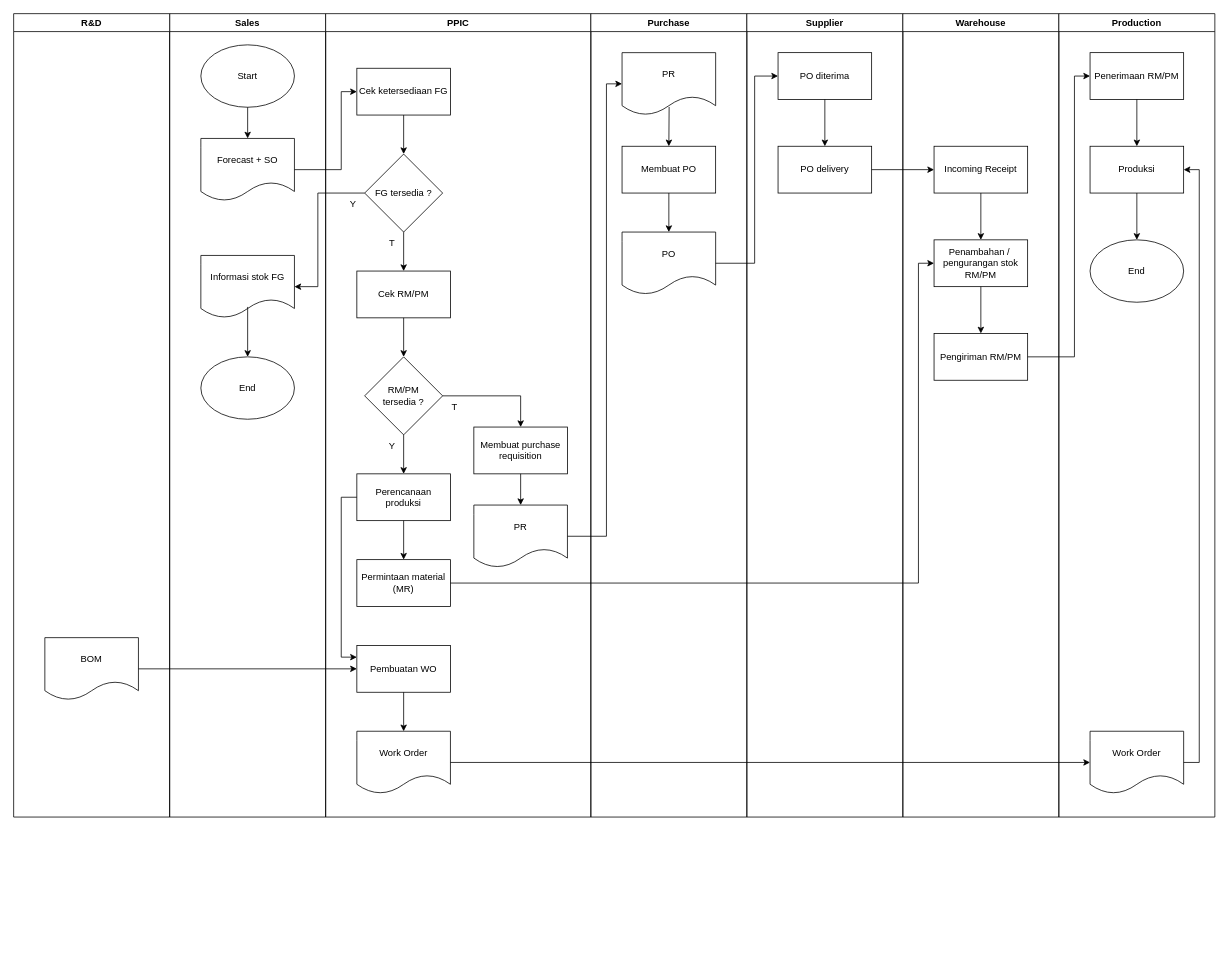
This is page "SOP PPIC - Production Planning (General Flow)" (1 of 29) of SOP Agro.drawio from wilhelmus098/pf, a draw.io file, before an edit. Source tidied: cells renumbered, new cells numbered last; positions are measured from the earlier drawing's top-left corner, leaving out a move shared by most shapes. Both pictures are drawn from the tidied source at 78%, with x=0, y=0 at pixel (13, 13).
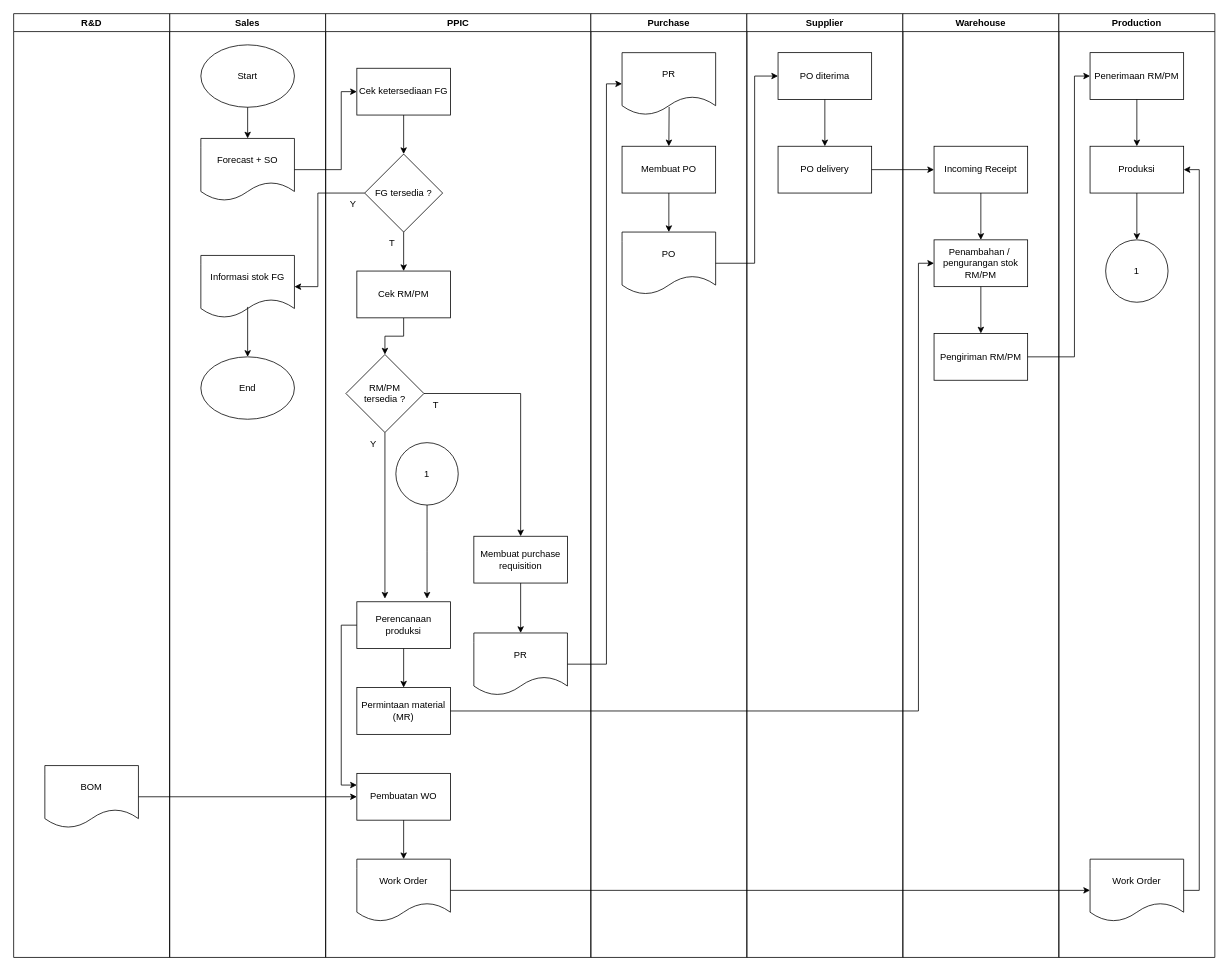
The same diagram, later.

The change refers to these unchanged cells:
```xml
<mxCell id="13" value="Cek RM/PM" style="rounded=0;whiteSpace=wrap;html=1;" parent="9" vertex="1">
  <mxGeometry x="40" y="330" width="120" height="60" as="geometry" />
</mxCell>
<mxCell id="34" value="PR" style="shape=document;whiteSpace=wrap;html=1;boundedLbl=1;" parent="33" vertex="1">
  <mxGeometry x="40" y="50" width="120" height="80" as="geometry" />
</mxCell>
<mxCell id="45" value="Penambahan /&amp;nbsp;&lt;br&gt;pengurangan stok RM/PM" style="rounded=0;whiteSpace=wrap;html=1;" parent="43" vertex="1">
  <mxGeometry x="40" y="290" width="120" height="60" as="geometry" />
</mxCell>
<mxCell id="51" value="Produksi" style="rounded=0;whiteSpace=wrap;html=1;" parent="49" vertex="1">
  <mxGeometry x="40" y="170" width="120" height="60" as="geometry" />
</mxCell>
```

Change to the diagram source:
```diff
@@
     <mxCell id="2" value="Sales" style="swimlane;whiteSpace=wrap;html=1;" parent="1" vertex="1">
-      <mxGeometry x="200" width="200" height="1030" as="geometry" />
+      <mxGeometry x="200" width="200" height="1210" as="geometry" />
     </mxCell>
@@
     <mxCell id="9" value="PPIC" style="swimlane;whiteSpace=wrap;html=1;" parent="1" vertex="1">
-      <mxGeometry x="400" width="340" height="1030" as="geometry" />
+      <mxGeometry x="400" width="340" height="1210" as="geometry" />
     </mxCell>
@@
+    <mxCell id="16" style="edgeStyle=orthogonalEdgeStyle;rounded=0;jettySize=auto;html=1;" parent="9" edge="1" source="13" target="15">
+      <mxGeometry relative="1" as="geometry" />
+    </mxCell>
@@
     <mxCell id="15" value="RM/PM &lt;br&gt;tersedia ?" style="rhombus;whiteSpace=wrap;html=1;" parent="9" vertex="1">
-      <mxGeometry x="50" y="440" width="100" height="100" as="geometry" />
+      <mxGeometry x="26" y="437" width="100" height="100" as="geometry" />
     </mxCell>
-    <mxCell id="16" style="endArrow=classic;html=1;rounded=0;exitX=0.5;exitY=1;exitDx=0;exitDy=0;entryX=0.5;entryY=0;entryDx=0;entryDy=0;" parent="9" edge="1" source="13" target="15">
-      <mxGeometry relative="1" as="geometry" />
-    </mxCell>
     <mxCell id="17" value="Perencanaan produksi" style="rounded=0;whiteSpace=wrap;html=1;" parent="9" vertex="1">
-      <mxGeometry x="40" y="590" width="120" height="60" as="geometry" />
+      <mxGeometry x="40" y="754" width="120" height="60" as="geometry" />
     </mxCell>
-    <mxCell id="18" style="endArrow=classic;html=1;rounded=0;exitX=0.5;exitY=1;exitDx=0;exitDy=0;entryX=0.5;entryY=0;entryDx=0;entryDy=0;" parent="9" edge="1" source="15" target="17">
-      <mxGeometry relative="1" as="geometry" />
-    </mxCell>
     <mxCell id="19" value="Permintaan material (MR)" style="rounded=0;whiteSpace=wrap;html=1;" parent="9" vertex="1">
-      <mxGeometry x="40" y="700" width="120" height="60" as="geometry" />
+      <mxGeometry x="40" y="864" width="120" height="60" as="geometry" />
     </mxCell>
     <mxCell id="20" value="Pembuatan WO" style="rounded=0;whiteSpace=wrap;html=1;" parent="9" vertex="1">
-      <mxGeometry x="40" y="810" width="120" height="60" as="geometry" />
+      <mxGeometry x="40" y="974" width="120" height="60" as="geometry" />
     </mxCell>
     <mxCell id="21" value="Work Order" style="shape=document;whiteSpace=wrap;html=1;boundedLbl=1;" parent="9" vertex="1">
-      <mxGeometry x="40" y="920" width="120" height="80" as="geometry" />
+      <mxGeometry x="40" y="1084" width="120" height="80" as="geometry" />
     </mxCell>
@@
     <mxCell id="26" value="Y" style="text;html=1;align=center;verticalAlign=middle;strokeColor=none;fillColor=none;" parent="9" vertex="1">
-      <mxGeometry x="70" y="540" width="30" height="30" as="geometry" />
+      <mxGeometry x="46" y="537" width="30" height="30" as="geometry" />
     </mxCell>
+    <mxCell id="31" style="edgeStyle=orthogonalEdgeStyle;rounded=0;jettySize=auto;html=1;" parent="9" edge="1" source="27" target="30">
+      <mxGeometry relative="1" as="geometry" />
+    </mxCell>
     <mxCell id="27" value="Membuat purchase requisition" style="rounded=0;whiteSpace=wrap;html=1;" parent="9" vertex="1">
-      <mxGeometry x="190" y="530" width="120" height="60" as="geometry" />
+      <mxGeometry x="190" y="670" width="120" height="60" as="geometry" />
     </mxCell>
     <mxCell id="28" style="endArrow=classic;html=1;rounded=0;exitX=1;exitY=0.5;exitDx=0;exitDy=0;entryX=0.5;entryY=0;entryDx=0;entryDy=0;" parent="9" edge="1" source="15" target="27">
       <mxGeometry relative="1" as="geometry">
         <Array as="points">
-          <mxPoint x="250" y="490" />
+          <mxPoint x="250" y="487" />
         </Array>
       </mxGeometry>
     </mxCell>
     <mxCell id="29" value="T" style="text;html=1;align=center;verticalAlign=middle;strokeColor=none;fillColor=none;" parent="9" vertex="1">
-      <mxGeometry x="150" y="490" width="30" height="30" as="geometry" />
+      <mxGeometry x="126" y="487" width="30" height="30" as="geometry" />
     </mxCell>
     <mxCell id="30" value="PR" style="shape=document;whiteSpace=wrap;html=1;boundedLbl=1;" parent="9" vertex="1">
-      <mxGeometry x="190" y="630" width="120" height="80" as="geometry" />
+      <mxGeometry x="190" y="794" width="120" height="80" as="geometry" />
     </mxCell>
-    <mxCell id="31" style="endArrow=classic;html=1;rounded=0;exitX=0.5;exitY=1;exitDx=0;exitDy=0;entryX=0.5;entryY=0;entryDx=0;entryDy=0;" parent="9" edge="1" source="27" target="30">
-      <mxGeometry relative="1" as="geometry" />
-    </mxCell>
     <mxCell id="32" style="endArrow=classic;html=1;rounded=0;exitX=0;exitY=0.5;exitDx=0;exitDy=0;entryX=0;entryY=0.25;entryDx=0;entryDy=0;" parent="9" edge="1" source="17" target="20">
       <mxGeometry relative="1" as="geometry">
         <Array as="points">
-          <mxPoint x="20" y="620" />
-          <mxPoint x="20" y="825" />
+          <mxPoint x="20" y="784" />
+          <mxPoint x="20" y="989" />
         </Array>
       </mxGeometry>
     </mxCell>
+    <mxCell id="68" style="endArrow=classic;html=1;rounded=0;" parent="9" edge="1">
+      <mxGeometry relative="1" as="geometry">
+        <mxPoint x="76" y="537" as="sourcePoint" />
+        <mxPoint x="76" y="750" as="targetPoint" />
+      </mxGeometry>
+    </mxCell>
+    <mxCell id="69" style="edgeStyle=orthogonalEdgeStyle;rounded=0;jettySize=auto;html=1;" parent="9" edge="1" source="70">
+      <mxGeometry relative="1" as="geometry">
+        <mxPoint x="130" y="750" as="targetPoint" />
+      </mxGeometry>
+    </mxCell>
+    <mxCell id="70" value="1" style="ellipse;whiteSpace=wrap;html=1;" parent="9" vertex="1">
+      <mxGeometry x="90" y="550" width="80" height="80" as="geometry" />
+    </mxCell>
     <mxCell id="33" value="Purchase" style="swimlane;whiteSpace=wrap;html=1;" parent="1" vertex="1">
-      <mxGeometry x="740" width="200" height="1030" as="geometry" />
+      <mxGeometry x="740" width="200" height="1210" as="geometry" />
     </mxCell>
@@
     <mxCell id="39" value="Supplier" style="swimlane;whiteSpace=wrap;html=1;" parent="1" vertex="1">
-      <mxGeometry x="940" width="200" height="1030" as="geometry" />
+      <mxGeometry x="940" width="200" height="1210" as="geometry" />
     </mxCell>
@@
     <mxCell id="43" value="Warehouse" style="swimlane;whiteSpace=wrap;html=1;" parent="1" vertex="1">
-      <mxGeometry x="1140" width="200" height="1030" as="geometry" />
+      <mxGeometry x="1140" width="200" height="1210" as="geometry" />
     </mxCell>
@@
     <mxCell id="49" value="Production" style="swimlane;whiteSpace=wrap;html=1;" parent="1" vertex="1">
-      <mxGeometry x="1340" width="200" height="1030" as="geometry" />
+      <mxGeometry x="1340" width="200" height="1210" as="geometry" />
     </mxCell>
@@
-    <mxCell id="53" value="End" style="ellipse;whiteSpace=wrap;html=1;" parent="49" vertex="1">
-      <mxGeometry x="40" y="290" width="120" height="80" as="geometry" />
-    </mxCell>
-    <mxCell id="54" style="endArrow=classic;html=1;rounded=0;exitX=0.5;exitY=1;exitDx=0;exitDy=0;entryX=0.5;entryY=0;entryDx=0;entryDy=0;" parent="49" edge="1" source="51" target="53">
-      <mxGeometry relative="1" as="geometry" />
+    <mxCell id="54" style="endArrow=classic;html=1;rounded=0;exitX=0.5;exitY=1;exitDx=0;exitDy=0;entryX=0.5;entryY=0;entryDx=0;entryDy=0;" parent="49" edge="1" source="51">
+      <mxGeometry relative="1" as="geometry">
+        <mxPoint x="100" y="290" as="targetPoint" />
+      </mxGeometry>
     </mxCell>
     <mxCell id="55" value="Work Order" style="shape=document;whiteSpace=wrap;html=1;boundedLbl=1;" parent="49" vertex="1">
-      <mxGeometry x="40" y="920" width="120" height="80" as="geometry" />
+      <mxGeometry x="40" y="1084" width="120" height="80" as="geometry" />
     </mxCell>
     <mxCell id="56" style="endArrow=classic;html=1;rounded=0;exitX=1;exitY=0.5;exitDx=0;exitDy=0;entryX=1;entryY=0.5;entryDx=0;entryDy=0;" parent="49" edge="1" source="55" target="51">
       <mxGeometry relative="1" as="geometry">
         <Array as="points">
-          <mxPoint x="180" y="960" />
+          <mxPoint x="180" y="1124" />
           <mxPoint x="180" y="200" />
         </Array>
       </mxGeometry>
     </mxCell>
+    <mxCell id="71" value="1" style="ellipse;whiteSpace=wrap;html=1;" parent="49" vertex="1">
+      <mxGeometry x="60" y="290" width="80" height="80" as="geometry" />
+    </mxCell>
@@
     <mxCell id="58" value="R&amp;amp;D" style="swimlane;whiteSpace=wrap;html=1;" parent="1" vertex="1">
-      <mxGeometry width="200" height="1030" as="geometry" />
+      <mxGeometry width="200" height="1210" as="geometry" />
     </mxCell>
     <mxCell id="59" value="BOM" style="shape=document;whiteSpace=wrap;html=1;boundedLbl=1;" parent="58" vertex="1">
-      <mxGeometry x="40" y="800" width="120" height="80" as="geometry" />
+      <mxGeometry x="40" y="964" width="120" height="80" as="geometry" />
     </mxCell>
@@
     <mxCell id="62" style="endArrow=classic;html=1;rounded=0;exitX=1;exitY=0.5;exitDx=0;exitDy=0;entryX=0;entryY=0.5;entryDx=0;entryDy=0;" parent="1" edge="1" source="30" target="34">
       <mxGeometry relative="1" as="geometry">
         <Array as="points">
-          <mxPoint x="760" y="670" />
+          <mxPoint x="760" y="834" />
           <mxPoint x="760" y="90" />
         </Array>
       </mxGeometry>
     </mxCell>
@@
     <mxCell id="66" style="endArrow=classic;html=1;rounded=0;exitX=1;exitY=0.5;exitDx=0;exitDy=0;entryX=0;entryY=0.5;entryDx=0;entryDy=0;" parent="1" edge="1" source="19" target="45">
       <mxGeometry relative="1" as="geometry">
         <Array as="points">
-          <mxPoint x="1160" y="730" />
+          <mxPoint x="1160" y="894" />
           <mxPoint x="1160" y="320" />
         </Array>
       </mxGeometry>
     </mxCell>
```
